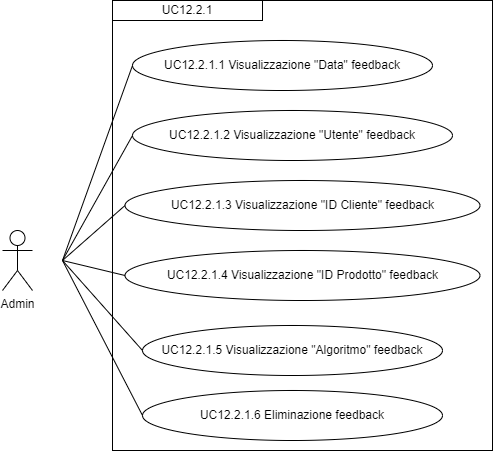
Before: imgs/Uml/UC12.2.1app.png, a diagram exported from draw.io (ShameIRL/farmacode). Source tidied: cells renumbered, new cells last; positions are measured from the earlier drawing's top-left corner, leaving out a move shared by most shapes.
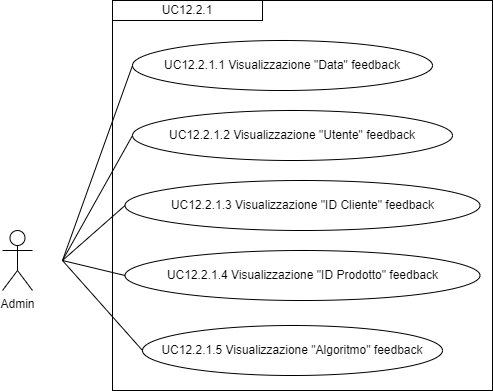
After the change.

The edit, as a diff of the source:
```diff
@@ -6,7 +6,7 @@
       <mxGeometry y="230" width="30" height="60" as="geometry" />
     </mxCell>
     <mxCell id="3" style="rounded=0;whiteSpace=wrap;html=1;fillColor=none;" parent="1" vertex="1">
-      <mxGeometry x="110" width="380" height="450" as="geometry" />
+      <mxGeometry x="110" width="380" height="390" as="geometry" />
     </mxCell>
     <mxCell id="4" value="&lt;div style=&quot;&quot;&gt;UC12.2.1&lt;/div&gt;" style="rounded=0;whiteSpace=wrap;html=1;fillColor=none;align=center;" parent="1" vertex="1">
       <mxGeometry x="110" width="150" height="20" as="geometry" />
@@ -41,9 +41,6 @@
     <mxCell id="12" value="UC12.2.1.5 Visualizzazione &quot;Algoritmo&quot; feedback" style="ellipse;whiteSpace=wrap;html=1;" parent="1" vertex="1">
       <mxGeometry x="140" y="325" width="300" height="50" as="geometry" />
     </mxCell>
-    <mxCell id="13" value="UC12.2.1.6 Eliminazione feedback" style="ellipse;whiteSpace=wrap;html=1;" parent="1" vertex="1">
-      <mxGeometry x="140" y="390" width="300" height="50" as="geometry" />
-    </mxCell>
     <mxCell id="14" style="endArrow=none;html=1;rounded=0;entryX=0;entryY=0.5;entryDx=0;entryDy=0;" parent="1" edge="1" target="11">
       <mxGeometry relative="1" as="geometry">
         <mxPoint x="60" y="260" as="sourcePoint" />
@@ -54,10 +51,5 @@
         <mxPoint x="60" y="260" as="sourcePoint" />
       </mxGeometry>
     </mxCell>
-    <mxCell id="16" style="endArrow=none;html=1;rounded=0;entryX=0;entryY=0.5;entryDx=0;entryDy=0;" parent="1" edge="1" target="13">
-      <mxGeometry relative="1" as="geometry">
-        <mxPoint x="60" y="260" as="sourcePoint" />
-      </mxGeometry>
-    </mxCell>
   </root>
 </mxGraphModel>
```
